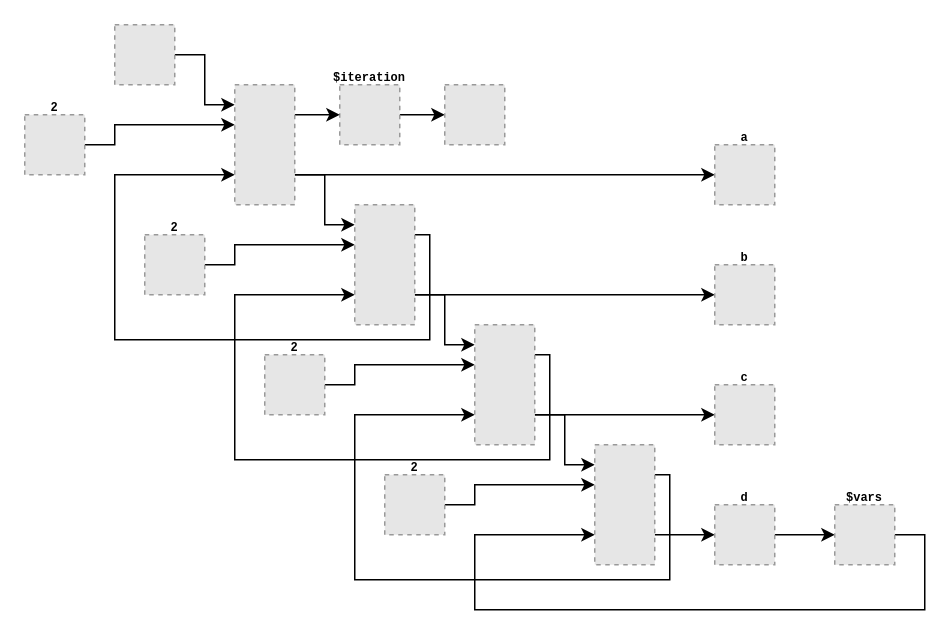
Before: examples/nodes/counter_node.drawio in octo-gone/sync-execution, a draw.io diagram. Source tidied: cells renumbered, new cells numbered last; positions are measured from the earlier drawing's top-left corner, leaving out a move shared by most shapes. Both pictures are drawn from the tidied source at 150%, with x=0, y=0 at pixel (24, 24). Pictures stored in the file or linked from it are replaced by grey dashed boxes.
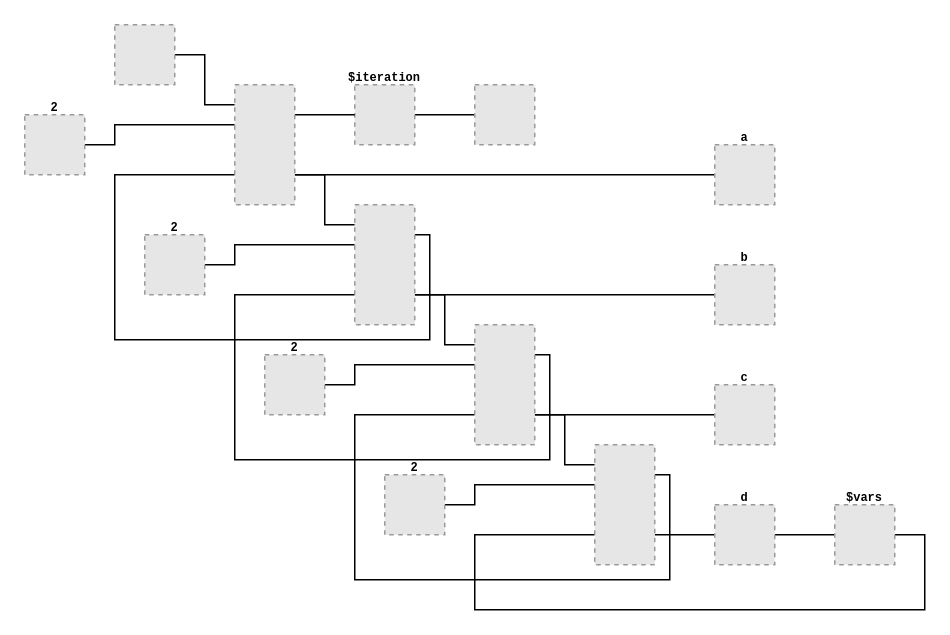
Above is the later version.

The change refers to these unchanged cells:
```xml
<mxCell id="3" style="fillColor=#E6E6E6;strokeColor=#999999;dashed=1;verticalLabelPosition=top;labelBackgroundColor=none;verticalAlign=bottom;fontFamily=Courier;fontSize=8;labelPosition=center;align=center;spacing=-1;fontStyle=1;" parent="1" vertex="1">
  <mxGeometry x="60" width="40" height="40" as="geometry" />
</mxCell>
<mxCell id="9" value="c" style="fillColor=#E6E6E6;strokeColor=#999999;dashed=1;verticalLabelPosition=top;labelBackgroundColor=none;verticalAlign=bottom;fontFamily=Courier;fontSize=8;labelPosition=center;align=center;spacing=-1;fontStyle=1;" parent="1" vertex="1">
  <mxGeometry x="460" y="240" width="40" height="40" as="geometry" />
</mxCell>
<mxCell id="11" value="d" style="fillColor=#E6E6E6;strokeColor=#999999;dashed=1;verticalLabelPosition=top;labelBackgroundColor=none;verticalAlign=bottom;fontFamily=Courier;fontSize=8;labelPosition=center;align=center;spacing=-1;fontStyle=1;" parent="1" vertex="1">
  <mxGeometry x="460" y="320" width="40" height="40" as="geometry" />
</mxCell>
<mxCell id="13" value="2" style="fillColor=#E6E6E6;strokeColor=#999999;dashed=1;verticalLabelPosition=top;labelBackgroundColor=none;verticalAlign=bottom;fontFamily=Courier;fontSize=8;labelPosition=center;align=center;spacing=-1;fontStyle=1;" parent="1" vertex="1">
  <mxGeometry y="60" width="40" height="40" as="geometry" />
</mxCell>
<mxCell id="20" value="a" style="fillColor=#E6E6E6;strokeColor=#999999;dashed=1;verticalLabelPosition=top;labelBackgroundColor=none;verticalAlign=bottom;fontFamily=Courier;fontSize=8;labelPosition=center;align=center;spacing=-1;fontStyle=1;" parent="1" vertex="1">
  <mxGeometry x="460" y="80" width="40" height="40" as="geometry" />
</mxCell>
<mxCell id="21" value="b" style="fillColor=#E6E6E6;strokeColor=#999999;dashed=1;verticalLabelPosition=top;labelBackgroundColor=none;verticalAlign=bottom;fontFamily=Courier;fontSize=8;labelPosition=center;align=center;spacing=-1;fontStyle=1;" parent="1" vertex="1">
  <mxGeometry x="460" y="160" width="40" height="40" as="geometry" />
</mxCell>
<mxCell id="24" value="2" style="fillColor=#E6E6E6;strokeColor=#999999;dashed=1;verticalLabelPosition=top;labelBackgroundColor=none;verticalAlign=bottom;fontFamily=Courier;fontSize=8;labelPosition=center;align=center;spacing=-1;fontStyle=1;" parent="1" vertex="1">
  <mxGeometry x="80" y="140" width="40" height="40" as="geometry" />
</mxCell>
<mxCell id="26" value="2" style="fillColor=#E6E6E6;strokeColor=#999999;dashed=1;verticalLabelPosition=top;labelBackgroundColor=none;verticalAlign=bottom;fontFamily=Courier;fontSize=8;labelPosition=center;align=center;spacing=-1;fontStyle=1;" parent="1" vertex="1">
  <mxGeometry x="160" y="220" width="40" height="40" as="geometry" />
</mxCell>
<mxCell id="28" value="2" style="fillColor=#E6E6E6;strokeColor=#999999;dashed=1;verticalLabelPosition=top;labelBackgroundColor=none;verticalAlign=bottom;fontFamily=Courier;fontSize=8;labelPosition=center;align=center;spacing=-1;fontStyle=1;" parent="1" vertex="1">
  <mxGeometry x="240" y="300" width="40" height="40" as="geometry" />
</mxCell>
<mxCell id="30" value="$vars" style="fillColor=#E6E6E6;strokeColor=#999999;dashed=1;verticalLabelPosition=top;labelBackgroundColor=none;verticalAlign=bottom;fontFamily=Courier;fontSize=8;labelPosition=center;align=center;spacing=-1;fontStyle=1;" parent="1" vertex="1">
  <mxGeometry x="540" y="320" width="40" height="40" as="geometry" />
</mxCell>
<mxCell id="33" style="fillColor=#E6E6E6;strokeColor=#999999;dashed=1;verticalLabelPosition=top;labelBackgroundColor=none;verticalAlign=bottom;fontFamily=Courier;fontSize=8;labelPosition=center;align=center;spacing=-1;fontStyle=1;" parent="1" vertex="1">
  <mxGeometry x="140" y="40" width="40" height="80" as="geometry" />
</mxCell>
<mxCell id="34" style="fillColor=#E6E6E6;strokeColor=#999999;dashed=1;verticalLabelPosition=top;labelBackgroundColor=none;verticalAlign=bottom;fontFamily=Courier;fontSize=8;labelPosition=center;align=center;spacing=-1;fontStyle=1;" parent="1" vertex="1">
  <mxGeometry x="220" y="120" width="40" height="80" as="geometry" />
</mxCell>
<mxCell id="35" style="fillColor=#E6E6E6;strokeColor=#999999;dashed=1;verticalLabelPosition=top;labelBackgroundColor=none;verticalAlign=bottom;fontFamily=Courier;fontSize=8;labelPosition=center;align=center;spacing=-1;fontStyle=1;" parent="1" vertex="1">
  <mxGeometry x="300" y="200" width="40" height="80" as="geometry" />
</mxCell>
<mxCell id="36" style="fillColor=#E6E6E6;strokeColor=#999999;dashed=1;verticalLabelPosition=top;labelBackgroundColor=none;verticalAlign=bottom;fontFamily=Courier;fontSize=8;labelPosition=center;align=center;spacing=-1;fontStyle=1;" parent="1" vertex="1">
  <mxGeometry x="380" y="280" width="40" height="80" as="geometry" />
</mxCell>
```

Change to the diagram source:
```diff
@@
-    <mxCell id="2" style="edgeStyle=orthogonalEdgeStyle;rounded=0;jettySize=auto;html=1;exitX=1;exitY=0.5;exitDx=0;exitDy=0;entryX=0;entryY=0.16666666666666666;entryDx=0;entryDy=0;" parent="1" edge="1" source="3" target="33">
+    <mxCell id="2" style="edgeStyle=orthogonalEdgeStyle;rounded=0;jettySize=auto;html=1;exitX=1;exitY=0.5;exitDx=0;exitDy=0;entryX=0;entryY=0.16666666666666666;entryDx=0;entryDy=0;endArrow=none;endFill=0;" parent="1" edge="1" source="3" target="33">
       <mxGeometry relative="1" as="geometry" />
     </mxCell>
@@
-    <mxCell id="4" style="edgeStyle=orthogonalEdgeStyle;rounded=0;jettySize=auto;html=1;exitX=1;exitY=0.75;exitDx=0;exitDy=0;entryX=0;entryY=0.5;entryDx=0;entryDy=0;" parent="1" edge="1" source="35" target="9">
+    <mxCell id="4" style="edgeStyle=orthogonalEdgeStyle;rounded=0;jettySize=auto;html=1;exitX=1;exitY=0.75;exitDx=0;exitDy=0;entryX=0;entryY=0.5;entryDx=0;entryDy=0;endArrow=none;endFill=0;" parent="1" edge="1" source="35" target="9">
       <mxGeometry relative="1" as="geometry" />
     </mxCell>
-    <mxCell id="5" style="edgeStyle=orthogonalEdgeStyle;rounded=0;jettySize=auto;html=1;exitX=1;exitY=0.75;exitDx=0;exitDy=0;entryX=0;entryY=0.16666666666666666;entryDx=0;entryDy=0;" parent="1" edge="1" source="35" target="36">
+    <mxCell id="5" style="edgeStyle=orthogonalEdgeStyle;rounded=0;jettySize=auto;html=1;exitX=1;exitY=0.75;exitDx=0;exitDy=0;entryX=0;entryY=0.16666666666666666;entryDx=0;entryDy=0;endArrow=none;endFill=0;" parent="1" edge="1" source="35" target="36">
       <mxGeometry relative="1" as="geometry" />
     </mxCell>
-    <mxCell id="6" style="edgeStyle=orthogonalEdgeStyle;rounded=0;jettySize=auto;html=1;exitX=1;exitY=0.25;exitDx=0;exitDy=0;entryX=0;entryY=0.75;entryDx=0;entryDy=0;" parent="1" edge="1" source="35" target="34">
+    <mxCell id="6" style="edgeStyle=orthogonalEdgeStyle;rounded=0;jettySize=auto;html=1;exitX=1;exitY=0.25;exitDx=0;exitDy=0;entryX=0;entryY=0.75;entryDx=0;entryDy=0;endArrow=none;endFill=0;" parent="1" edge="1" source="35" target="34">
       <mxGeometry relative="1" as="geometry">
         <Array as="points">
           <mxPoint x="350" y="220" />
           <mxPoint x="350" y="290" />
           <mxPoint x="140" y="290" />
           <mxPoint x="140" y="180" />
         </Array>
       </mxGeometry>
     </mxCell>
-    <mxCell id="7" style="edgeStyle=orthogonalEdgeStyle;rounded=0;jettySize=auto;html=1;exitX=1;exitY=0.75;exitDx=0;exitDy=0;entryX=0;entryY=0.5;entryDx=0;entryDy=0;" parent="1" edge="1" source="36" target="11">
+    <mxCell id="7" style="edgeStyle=orthogonalEdgeStyle;rounded=0;jettySize=auto;html=1;exitX=1;exitY=0.75;exitDx=0;exitDy=0;entryX=0;entryY=0.5;entryDx=0;entryDy=0;endArrow=none;endFill=0;" parent="1" edge="1" source="36" target="11">
       <mxGeometry relative="1" as="geometry" />
     </mxCell>
-    <mxCell id="8" style="edgeStyle=orthogonalEdgeStyle;rounded=0;jettySize=auto;html=1;exitX=1;exitY=0.25;exitDx=0;exitDy=0;entryX=0;entryY=0.75;entryDx=0;entryDy=0;" parent="1" edge="1" source="36" target="35">
+    <mxCell id="8" style="edgeStyle=orthogonalEdgeStyle;rounded=0;jettySize=auto;html=1;exitX=1;exitY=0.25;exitDx=0;exitDy=0;entryX=0;entryY=0.75;entryDx=0;entryDy=0;endArrow=none;endFill=0;" parent="1" edge="1" source="36" target="35">
       <mxGeometry relative="1" as="geometry">
         <Array as="points">
           <mxPoint x="430" y="300" />
           <mxPoint x="430" y="370" />
           <mxPoint x="220" y="370" />
           <mxPoint x="220" y="260" />
         </Array>
       </mxGeometry>
     </mxCell>
@@
-    <mxCell id="10" style="edgeStyle=orthogonalEdgeStyle;rounded=0;jettySize=auto;html=1;exitX=1;exitY=0.5;exitDx=0;exitDy=0;entryX=0;entryY=0.5;entryDx=0;entryDy=0;" parent="1" edge="1" source="11" target="30">
+    <mxCell id="10" style="edgeStyle=orthogonalEdgeStyle;rounded=0;jettySize=auto;html=1;exitX=1;exitY=0.5;exitDx=0;exitDy=0;entryX=0;entryY=0.5;entryDx=0;entryDy=0;endArrow=none;endFill=0;" parent="1" edge="1" source="11" target="30">
       <mxGeometry relative="1" as="geometry" />
     </mxCell>
@@
-    <mxCell id="12" style="edgeStyle=orthogonalEdgeStyle;rounded=0;jettySize=auto;html=1;exitX=1;exitY=0.5;exitDx=0;exitDy=0;entryX=0;entryY=0.3333333333333333;entryDx=0;entryDy=0;" parent="1" edge="1" source="13" target="33">
+    <mxCell id="12" style="edgeStyle=orthogonalEdgeStyle;rounded=0;jettySize=auto;html=1;exitX=1;exitY=0.5;exitDx=0;exitDy=0;entryX=0;entryY=0.3333333333333333;entryDx=0;entryDy=0;endArrow=none;endFill=0;" parent="1" edge="1" source="13" target="33">
       <mxGeometry relative="1" as="geometry">
         <Array as="points">
           <mxPoint x="60" y="80" />
           <mxPoint x="60" y="67" />
         </Array>
       </mxGeometry>
     </mxCell>
@@
-    <mxCell id="14" style="edgeStyle=orthogonalEdgeStyle;rounded=0;jettySize=auto;html=1;exitX=1;exitY=0.75;exitDx=0;exitDy=0;entryX=0;entryY=0.5;entryDx=0;entryDy=0;" parent="1" edge="1" source="33" target="20">
+    <mxCell id="14" style="edgeStyle=orthogonalEdgeStyle;rounded=0;jettySize=auto;html=1;exitX=1;exitY=0.75;exitDx=0;exitDy=0;entryX=0;entryY=0.5;entryDx=0;entryDy=0;endArrow=none;endFill=0;" parent="1" edge="1" source="33" target="20">
       <mxGeometry relative="1" as="geometry" />
     </mxCell>
-    <mxCell id="15" style="edgeStyle=orthogonalEdgeStyle;rounded=0;jettySize=auto;html=1;exitX=1;exitY=0.75;exitDx=0;exitDy=0;entryX=0;entryY=0.16666666666666666;entryDx=0;entryDy=0;" parent="1" edge="1" source="33" target="34">
+    <mxCell id="15" style="edgeStyle=orthogonalEdgeStyle;rounded=0;jettySize=auto;html=1;exitX=1;exitY=0.75;exitDx=0;exitDy=0;entryX=0;entryY=0.16666666666666666;entryDx=0;entryDy=0;endArrow=none;endFill=0;" parent="1" edge="1" source="33" target="34">
       <mxGeometry relative="1" as="geometry" />
     </mxCell>
-    <mxCell id="16" style="edgeStyle=orthogonalEdgeStyle;rounded=0;jettySize=auto;html=1;exitX=1;exitY=0.5;exitDx=0;exitDy=0;entryX=0;entryY=0.5;entryDx=0;entryDy=0;" parent="1" edge="1" source="31" target="22">
+    <mxCell id="16" style="edgeStyle=orthogonalEdgeStyle;rounded=0;jettySize=auto;html=1;exitX=1;exitY=0.5;exitDx=0;exitDy=0;entryX=0;entryY=0.5;entryDx=0;entryDy=0;endArrow=none;endFill=0;" parent="1" edge="1" source="31" target="22">
       <mxGeometry relative="1" as="geometry" />
     </mxCell>
-    <mxCell id="17" style="edgeStyle=orthogonalEdgeStyle;rounded=0;jettySize=auto;html=1;exitX=1;exitY=0.75;exitDx=0;exitDy=0;entryX=0;entryY=0.5;entryDx=0;entryDy=0;" parent="1" edge="1" source="34" target="21">
+    <mxCell id="17" style="edgeStyle=orthogonalEdgeStyle;rounded=0;jettySize=auto;html=1;exitX=1;exitY=0.75;exitDx=0;exitDy=0;entryX=0;entryY=0.5;entryDx=0;entryDy=0;endArrow=none;endFill=0;" parent="1" edge="1" source="34" target="21">
       <mxGeometry relative="1" as="geometry" />
     </mxCell>
-    <mxCell id="18" style="edgeStyle=orthogonalEdgeStyle;rounded=0;jettySize=auto;html=1;exitX=1;exitY=0.25;exitDx=0;exitDy=0;entryX=0;entryY=0.75;entryDx=0;entryDy=0;" parent="1" edge="1" source="34" target="33">
+    <mxCell id="18" style="edgeStyle=orthogonalEdgeStyle;rounded=0;jettySize=auto;html=1;exitX=1;exitY=0.25;exitDx=0;exitDy=0;entryX=0;entryY=0.75;entryDx=0;entryDy=0;endArrow=none;endFill=0;" parent="1" edge="1" source="34" target="33">
       <mxGeometry relative="1" as="geometry">
         <Array as="points">
           <mxPoint x="270" y="140" />
           <mxPoint x="270" y="210" />
           <mxPoint x="60" y="210" />
           <mxPoint x="60" y="100" />
         </Array>
       </mxGeometry>
     </mxCell>
-    <mxCell id="19" style="edgeStyle=orthogonalEdgeStyle;rounded=0;jettySize=auto;html=1;entryX=0;entryY=0.16666666666666666;entryDx=0;entryDy=0;exitX=1;exitY=0.75;exitDx=0;exitDy=0;" parent="1" edge="1" source="34" target="35">
+    <mxCell id="19" style="edgeStyle=orthogonalEdgeStyle;rounded=0;jettySize=auto;html=1;entryX=0;entryY=0.16666666666666666;entryDx=0;entryDy=0;exitX=1;exitY=0.75;exitDx=0;exitDy=0;endArrow=none;endFill=0;" parent="1" edge="1" source="34" target="35">
       <mxGeometry relative="1" as="geometry">
         <Array as="points">
           <mxPoint x="280" y="180" />
           <mxPoint x="280" y="213" />
         </Array>
       </mxGeometry>
     </mxCell>
@@
     <mxCell id="22" style="fillColor=#E6E6E6;strokeColor=#999999;dashed=1;verticalLabelPosition=top;labelBackgroundColor=none;verticalAlign=bottom;fontFamily=Courier;fontSize=8;labelPosition=center;align=center;spacing=-1;fontStyle=1;" parent="1" vertex="1">
-      <mxGeometry x="280" y="40" width="40" height="40" as="geometry" />
+      <mxGeometry x="300" y="40" width="40" height="40" as="geometry" />
     </mxCell>
-    <mxCell id="23" style="edgeStyle=orthogonalEdgeStyle;rounded=0;jettySize=auto;html=1;exitX=1;exitY=0.5;exitDx=0;exitDy=0;entryX=0;entryY=0.3333333333333333;entryDx=0;entryDy=0;" parent="1" edge="1" source="24" target="34">
+    <mxCell id="23" style="edgeStyle=orthogonalEdgeStyle;rounded=0;jettySize=auto;html=1;exitX=1;exitY=0.5;exitDx=0;exitDy=0;entryX=0;entryY=0.3333333333333333;entryDx=0;entryDy=0;endArrow=none;endFill=0;" parent="1" edge="1" source="24" target="34">
       <mxGeometry relative="1" as="geometry">
         <Array as="points">
           <mxPoint x="140" y="160" />
           <mxPoint x="140" y="147" />
         </Array>
       </mxGeometry>
     </mxCell>
@@
-    <mxCell id="25" style="edgeStyle=orthogonalEdgeStyle;rounded=0;jettySize=auto;html=1;exitX=1;exitY=0.5;exitDx=0;exitDy=0;entryX=0;entryY=0.3333333333333333;entryDx=0;entryDy=0;" parent="1" edge="1" source="26" target="35">
+    <mxCell id="25" style="edgeStyle=orthogonalEdgeStyle;rounded=0;jettySize=auto;html=1;exitX=1;exitY=0.5;exitDx=0;exitDy=0;entryX=0;entryY=0.3333333333333333;entryDx=0;entryDy=0;endArrow=none;endFill=0;" parent="1" edge="1" source="26" target="35">
       <mxGeometry relative="1" as="geometry">
         <Array as="points">
           <mxPoint x="220" y="240" />
           <mxPoint x="220" y="227" />
         </Array>
       </mxGeometry>
     </mxCell>
@@
-    <mxCell id="27" style="edgeStyle=orthogonalEdgeStyle;rounded=0;jettySize=auto;html=1;exitX=1;exitY=0.5;exitDx=0;exitDy=0;entryX=0;entryY=0.3333333333333333;entryDx=0;entryDy=0;" parent="1" edge="1" source="28" target="36">
+    <mxCell id="27" style="edgeStyle=orthogonalEdgeStyle;rounded=0;jettySize=auto;html=1;exitX=1;exitY=0.5;exitDx=0;exitDy=0;entryX=0;entryY=0.3333333333333333;entryDx=0;entryDy=0;endArrow=none;endFill=0;" parent="1" edge="1" source="28" target="36">
       <mxGeometry relative="1" as="geometry">
         <Array as="points">
           <mxPoint x="300" y="320" />
           <mxPoint x="300" y="307" />
         </Array>
       </mxGeometry>
     </mxCell>
@@
-    <mxCell id="29" style="edgeStyle=orthogonalEdgeStyle;rounded=0;jettySize=auto;html=1;exitX=1;exitY=0.5;exitDx=0;exitDy=0;entryX=0;entryY=0.75;entryDx=0;entryDy=0;" parent="1" edge="1" source="30" target="36">
+    <mxCell id="29" style="edgeStyle=orthogonalEdgeStyle;rounded=0;jettySize=auto;html=1;exitX=1;exitY=0.5;exitDx=0;exitDy=0;entryX=0;entryY=0.75;entryDx=0;entryDy=0;endArrow=none;endFill=0;" parent="1" edge="1" source="30" target="36">
       <mxGeometry relative="1" as="geometry">
         <Array as="points">
           <mxPoint x="600" y="340" />
           <mxPoint x="600" y="390" />
           <mxPoint x="300" y="390" />
           <mxPoint x="300" y="340" />
         </Array>
       </mxGeometry>
     </mxCell>
@@
     <mxCell id="31" value="$iteration" style="fillColor=#E6E6E6;strokeColor=#999999;dashed=1;verticalLabelPosition=top;labelBackgroundColor=none;verticalAlign=bottom;fontFamily=Courier;fontSize=8;labelPosition=center;align=center;spacing=-1;fontStyle=1;" parent="1" vertex="1">
-      <mxGeometry x="210" y="40" width="40" height="40" as="geometry" />
+      <mxGeometry x="220" y="40" width="40" height="40" as="geometry" />
     </mxCell>
-    <mxCell id="32" style="edgeStyle=orthogonalEdgeStyle;rounded=0;jettySize=auto;html=1;exitX=1;exitY=0.25;exitDx=0;exitDy=0;entryX=0;entryY=0.5;entryDx=0;entryDy=0;" parent="1" edge="1" source="33" target="31">
+    <mxCell id="32" style="edgeStyle=orthogonalEdgeStyle;rounded=0;jettySize=auto;html=1;exitX=1;exitY=0.25;exitDx=0;exitDy=0;entryX=0;entryY=0.5;entryDx=0;entryDy=0;endArrow=none;endFill=0;" parent="1" edge="1" source="33" target="31">
       <mxGeometry relative="1" as="geometry" />
     </mxCell>
```
